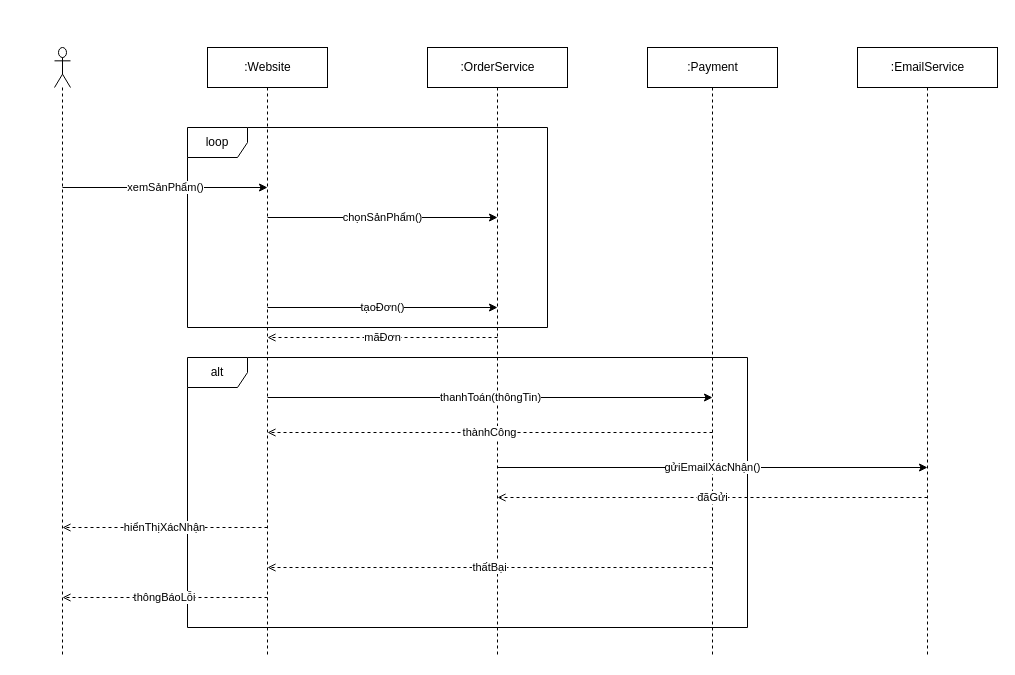
Before: Session05/Bai9.drawio in letoan0902/PTIT_CNTT1_IT104_LePhuToan_PhanTichVaThietKeHeThong, a draw.io diagram. Source tidied: cells renumbered, new cells numbered last; positions are measured from the earlier drawing's top-left corner, leaving out a move shared by most shapes. Both pictures are drawn from the tidied source at 100%, with x=0, y=0 at pixel (54, 47).
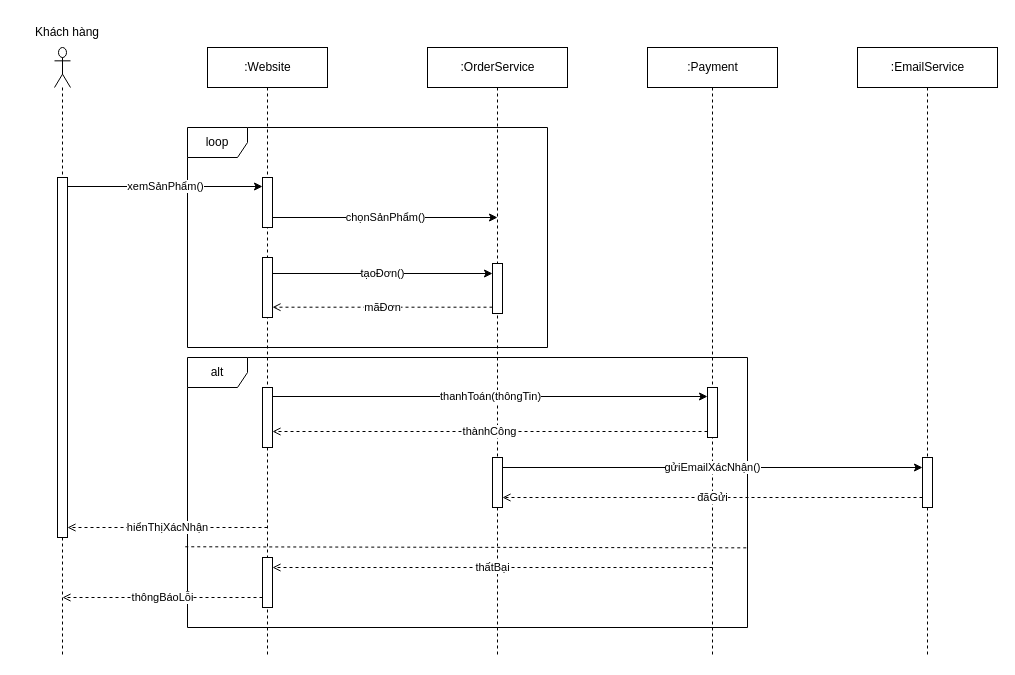
The same page after the edit.

Unchanged cells that the change refers to:
```xml
<mxCell id="2" style="shape=umlLifeline;perimeter=lifelinePerimeter;html=1;participant=umlActor;" parent="1" vertex="1">
  <mxGeometry width="16" height="610" as="geometry" />
</mxCell>
<mxCell id="3" value=":Website" style="shape=umlLifeline;perimeter=lifelinePerimeter;html=1;" parent="1" vertex="1">
  <mxGeometry x="153" width="120" height="610" as="geometry" />
</mxCell>
<mxCell id="5" value=":Payment" style="shape=umlLifeline;perimeter=lifelinePerimeter;html=1;" parent="1" vertex="1">
  <mxGeometry x="593" width="130" height="610" as="geometry" />
</mxCell>
<mxCell id="6" value=":EmailService" style="shape=umlLifeline;perimeter=lifelinePerimeter;html=1;" parent="1" vertex="1">
  <mxGeometry x="803" width="140" height="610" as="geometry" />
</mxCell>
<mxCell id="12" value="alt" style="shape=umlFrame;whiteSpace=wrap;html=1;" parent="1" vertex="1">
  <mxGeometry x="133" y="310" width="560" height="270" as="geometry" />
</mxCell>
```

What changed in the source:
```diff
@@
+    <mxCell id="20" style="html=1;points=[[0,0,0,0,5],[0,1,0,0,-5],[1,0,0,0,5],[1,1,0,0,-5]];perimeter=orthogonalPerimeter;outlineConnect=0;targetShapes=umlLifeline;portConstraint=eastwest;newEdgeStyle={&quot;curved&quot;:0,&quot;rounded&quot;:0};" parent="2" vertex="1">
+      <mxGeometry x="3" y="130" width="10" height="360" as="geometry" />
+    </mxCell>
@@
+    <mxCell id="21" style="html=1;perimeter=orthogonalPerimeter;targetShapes=umlLifeline;newEdgeStyle={&quot;curved&quot;:0,&quot;rounded&quot;:0};" parent="3" vertex="1">
+      <mxGeometry x="55" y="210" width="10" height="60" as="geometry" />
+    </mxCell>
@@
+    <mxCell id="22" style="html=1;perimeter=orthogonalPerimeter;targetShapes=umlLifeline;newEdgeStyle={&quot;curved&quot;:0,&quot;rounded&quot;:0};" parent="5" vertex="1">
+      <mxGeometry x="60" y="340" width="10" height="50" as="geometry" />
+    </mxCell>
@@
+    <mxCell id="23" style="html=1;perimeter=orthogonalPerimeter;targetShapes=umlLifeline;newEdgeStyle={&quot;curved&quot;:0,&quot;rounded&quot;:0};" parent="6" vertex="1">
+      <mxGeometry x="65" y="410" width="10" height="50" as="geometry" />
+    </mxCell>
     <mxCell id="7" value="loop" style="shape=umlFrame;whiteSpace=wrap;html=1;" parent="1" vertex="1">
-      <mxGeometry x="133" y="80" width="360" height="200" as="geometry" />
+      <mxGeometry x="133" y="80" width="360" height="220" as="geometry" />
     </mxCell>
     <mxCell id="8" value="xemSảnPhẩm()" style="endArrow=classic;html=1;" parent="1" edge="1">
       <mxGeometry relative="1" as="geometry">
-        <mxPoint x="8" y="140" as="sourcePoint" />
-        <mxPoint x="213" y="140" as="targetPoint" />
+        <mxPoint x="13" y="139" as="sourcePoint" />
+        <mxPoint x="208" y="139" as="targetPoint" />
       </mxGeometry>
     </mxCell>
-    <mxCell id="9" value="chọnSảnPhẩm()" style="endArrow=classic;html=1;" parent="1" edge="1">
+    <mxCell id="9" value="chọnSảnPhẩm()" style="endArrow=classic;html=1;" parent="1" edge="1" source="24">
       <mxGeometry relative="1" as="geometry">
-        <mxPoint x="213" y="170" as="sourcePoint" />
         <mxPoint x="443" y="170" as="targetPoint" />
       </mxGeometry>
     </mxCell>
     <mxCell id="10" value="tạoĐơn()" style="endArrow=classic;html=1;" parent="1" edge="1">
       <mxGeometry relative="1" as="geometry">
-        <mxPoint x="213" y="260" as="sourcePoint" />
-        <mxPoint x="443" y="260" as="targetPoint" />
+        <mxPoint x="218" y="226" as="sourcePoint" />
+        <mxPoint x="438" y="226" as="targetPoint" />
       </mxGeometry>
     </mxCell>
-    <mxCell id="11" value="mãĐơn" style="endArrow=open;dashed=1;html=1;" parent="1" edge="1">
+    <mxCell id="11" value="mãĐơn" style="endArrow=open;dashed=1;html=1;" parent="1" edge="1" source="25">
       <mxGeometry relative="1" as="geometry">
-        <mxPoint x="443" y="290" as="sourcePoint" />
-        <mxPoint x="213" y="290" as="targetPoint" />
+        <mxPoint x="218" y="259.7" as="targetPoint" />
       </mxGeometry>
     </mxCell>
@@
     <mxCell id="13" value="thanhToán(thôngTin)" style="endArrow=classic;html=1;" parent="1" edge="1">
       <mxGeometry relative="1" as="geometry">
-        <mxPoint x="213" y="350" as="sourcePoint" />
-        <mxPoint x="658" y="350" as="targetPoint" />
+        <mxPoint x="218" y="349" as="sourcePoint" />
+        <mxPoint x="653" y="349" as="targetPoint" />
       </mxGeometry>
     </mxCell>
     <mxCell id="14" value="thànhCông" style="endArrow=open;dashed=1;html=1;" parent="1" edge="1">
       <mxGeometry relative="1" as="geometry">
-        <mxPoint x="658" y="385" as="sourcePoint" />
-        <mxPoint x="213" y="385" as="targetPoint" />
+        <mxPoint x="653" y="384" as="sourcePoint" />
+        <mxPoint x="218" y="384" as="targetPoint" />
       </mxGeometry>
     </mxCell>
     <mxCell id="15" value="gửiEmailXácNhận()" style="endArrow=classic;html=1;" parent="1" edge="1">
       <mxGeometry relative="1" as="geometry">
-        <mxPoint x="443" y="420" as="sourcePoint" />
-        <mxPoint x="873" y="420" as="targetPoint" />
+        <mxPoint x="448" y="420" as="sourcePoint" />
+        <mxPoint x="868" y="420" as="targetPoint" />
       </mxGeometry>
     </mxCell>
     <mxCell id="16" value="đãGửi" style="endArrow=open;dashed=1;html=1;" parent="1" edge="1">
       <mxGeometry relative="1" as="geometry">
-        <mxPoint x="873" y="450" as="sourcePoint" />
-        <mxPoint x="443" y="450" as="targetPoint" />
+        <mxPoint x="868" y="450" as="sourcePoint" />
+        <mxPoint x="448" y="450" as="targetPoint" />
       </mxGeometry>
     </mxCell>
-    <mxCell id="17" value="hiểnThịXácNhận" style="endArrow=open;dashed=1;html=1;" parent="1" edge="1">
+    <mxCell id="17" value="hiểnThịXácNhận" style="endArrow=open;dashed=1;html=1;" parent="1" edge="1" target="20">
       <mxGeometry relative="1" as="geometry">
         <mxPoint x="213" y="480" as="sourcePoint" />
-        <mxPoint x="8" y="480" as="targetPoint" />
       </mxGeometry>
     </mxCell>
-    <mxCell id="18" value="thấtBại" style="endArrow=open;dashed=1;html=1;" parent="1" edge="1">
+    <mxCell id="18" value="thấtBại" style="endArrow=open;dashed=1;html=1;" parent="1" edge="1" target="30">
       <mxGeometry relative="1" as="geometry">
         <mxPoint x="658" y="520" as="sourcePoint" />
-        <mxPoint x="213" y="520" as="targetPoint" />
       </mxGeometry>
     </mxCell>
-    <mxCell id="19" value="thôngBáoLỗi" style="endArrow=open;dashed=1;html=1;" parent="1" edge="1">
+    <mxCell id="19" value="thôngBáoLỗi" style="endArrow=open;dashed=1;html=1;" parent="1" edge="1" source="30">
       <mxGeometry relative="1" as="geometry">
-        <mxPoint x="213" y="550" as="sourcePoint" />
         <mxPoint x="8" y="550" as="targetPoint" />
       </mxGeometry>
     </mxCell>
+    <mxCell id="24" style="html=1;points=[[0,0,0,0,5],[0,1,0,0,-5],[1,0,0,0,5],[1,1,0,0,-5]];perimeter=orthogonalPerimeter;outlineConnect=0;targetShapes=umlLifeline;portConstraint=eastwest;newEdgeStyle={&quot;curved&quot;:0,&quot;rounded&quot;:0};" parent="1" vertex="1">
+      <mxGeometry x="208" y="130" width="10" height="50" as="geometry" />
+    </mxCell>
+    <mxCell id="25" style="html=1;points=[[0,0,0,0,5],[0,1,0,0,-5],[1,0,0,0,5],[1,1,0,0,-5]];perimeter=orthogonalPerimeter;outlineConnect=0;targetShapes=umlLifeline;portConstraint=eastwest;newEdgeStyle={&quot;curved&quot;:0,&quot;rounded&quot;:0};" parent="1" vertex="1">
+      <mxGeometry x="438" y="216" width="10" height="50" as="geometry" />
+    </mxCell>
+    <mxCell id="26" style="endArrow=none;dashed=1;html=1;rounded=0;exitX=-0.004;exitY=0.701;exitDx=0;exitDy=0;exitPerimeter=0;entryX=0.999;entryY=0.705;entryDx=0;entryDy=0;entryPerimeter=0;" parent="1" edge="1" source="12" target="12">
+      <mxGeometry relative="1" as="geometry" />
+    </mxCell>
+    <mxCell id="27" value="Khách hàng" style="text;html=1;whiteSpace=wrap;strokeColor=none;fillColor=none;align=center;verticalAlign=middle;rounded=0;" parent="1" vertex="1">
+      <mxGeometry x="-37" y="-30" width="100" height="30" as="geometry" />
+    </mxCell>
+    <mxCell id="28" style="html=1;perimeter=orthogonalPerimeter;targetShapes=umlLifeline;newEdgeStyle={&quot;curved&quot;:0,&quot;rounded&quot;:0};" parent="1" vertex="1">
+      <mxGeometry x="208" y="340" width="10" height="60" as="geometry" />
+    </mxCell>
+    <mxCell id="29" style="html=1;perimeter=orthogonalPerimeter;targetShapes=umlLifeline;newEdgeStyle={&quot;curved&quot;:0,&quot;rounded&quot;:0};" parent="1" vertex="1">
+      <mxGeometry x="438" y="410" width="10" height="50" as="geometry" />
+    </mxCell>
+    <mxCell id="30" style="html=1;points=[[0,0,0,0,5],[0,1,0,0,-5],[1,0,0,0,5],[1,1,0,0,-5]];perimeter=orthogonalPerimeter;outlineConnect=0;targetShapes=umlLifeline;portConstraint=eastwest;newEdgeStyle={&quot;curved&quot;:0,&quot;rounded&quot;:0};" parent="1" vertex="1">
+      <mxGeometry x="208" y="510" width="10" height="50" as="geometry" />
+    </mxCell>
```
